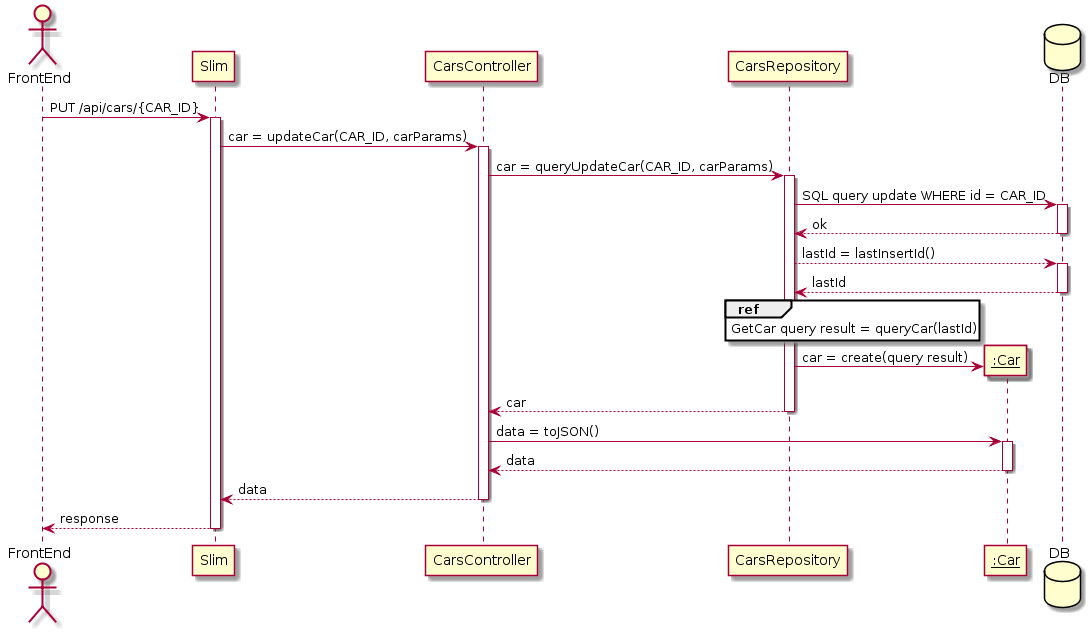
The PlantUML diagram docs/BackEnd/SequenceDiagram/UpdateCar.png in malvinkooo/taxiSystem, before a commit.
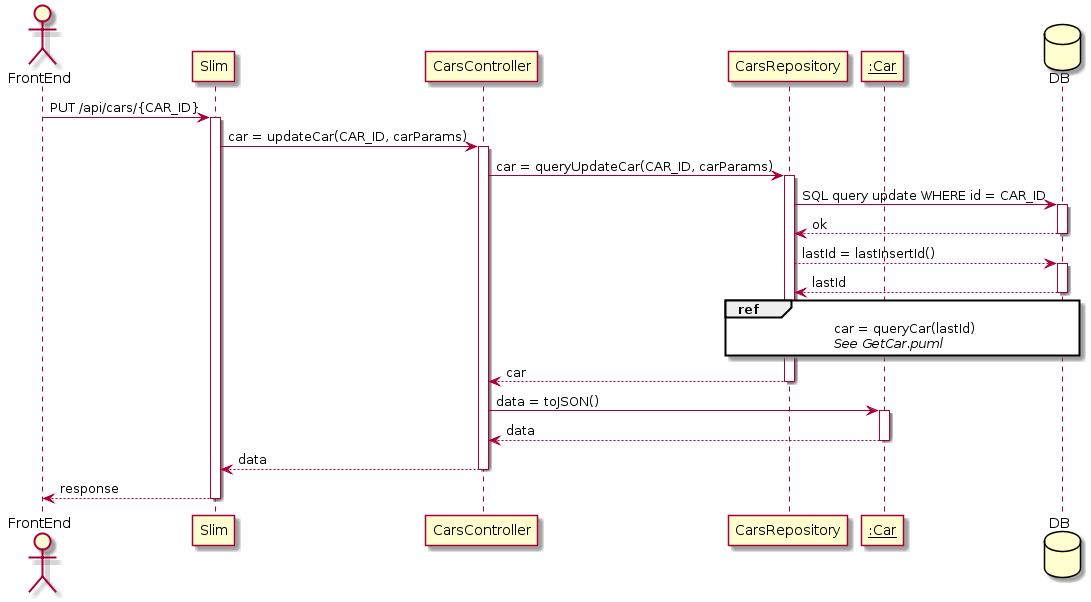
After the change.

What changed in the source:
```diff
@@ -21,12 +21,12 @@
 activate DB
 DB --> CarsRepository : lastId
 deactivate DB
-ref over CarsRepository
-GetCar query result = queryCar(lastId)
+
+ref over CarsRepository, DB
+car = queryCar(lastId)
+//See GetCar.puml//
 end ref
 
-create Car
-CarsRepository -> Car : car = create(query result)
 CarsRepository --> CarsController : car
 deactivate CarsRepository
 CarsController -> Car : data = toJSON()
```
